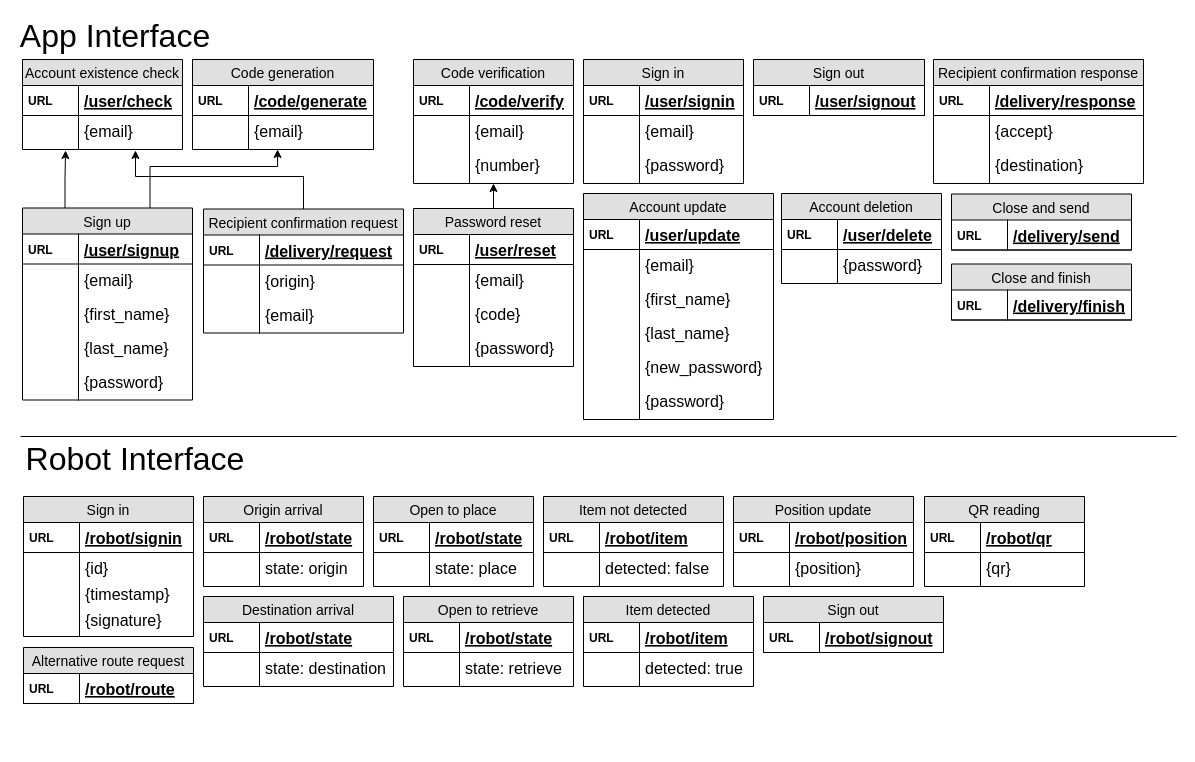
Before: server/modeling/Server Modelling.drawio in developedby/DLVR, a draw.io diagram. Source tidied: cells renumbered, new cells numbered last; positions are measured from the earlier drawing's top-left corner, leaving out a move shared by most shapes. Both pictures are drawn from the tidied source at 100%, with x=0, y=0 at pixel (17, 26).
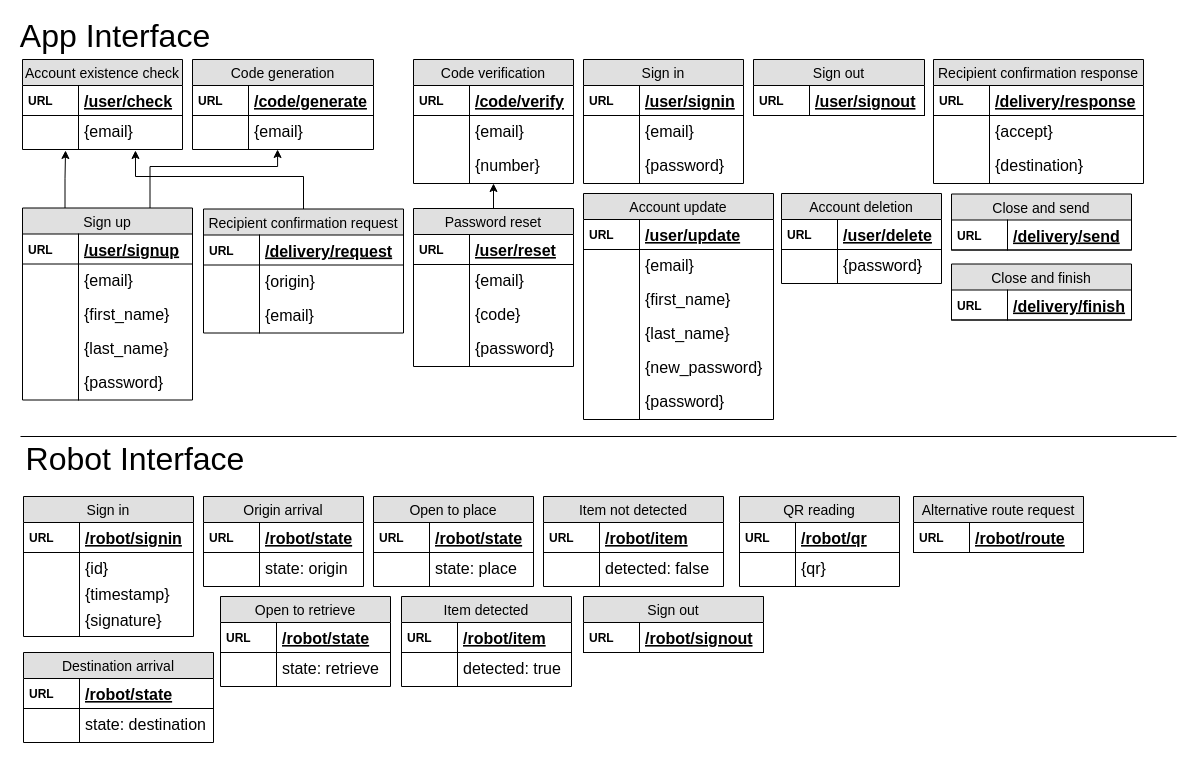
The same diagram, later.

Commit message (it also covers changes not shown here):
Updated server modelling

Diff of the diagram source:
```diff
@@
-    <mxCell id="118" value="Position update" style="swimlane;fontStyle=0;horizontal=1;startSize=26;fillColor=#e0e0e0;swimlaneFillColor=#ffffff;align=center;fontSize=14;" parent="1" vertex="1">
-      <mxGeometry x="716" y="470" width="180" height="90" as="geometry" />
-    </mxCell>
-    <mxCell id="119" value="/robot/position" style="shape=partialRectangle;top=0;left=0;right=0;bottom=1;align=left;verticalAlign=middle;fillColor=none;spacingLeft=60;spacingRight=4;overflow=hidden;fontStyle=5;fontSize=16;" parent="118" vertex="1">
-      <mxGeometry y="26" width="180" height="30" as="geometry" />
-    </mxCell>
-    <mxCell id="120" value="URL" style="shape=partialRectangle;fontStyle=1;top=0;left=0;bottom=0;fillColor=none;align=left;verticalAlign=middle;spacingLeft=4;spacingRight=4;overflow=hidden;fontSize=12;" parent="119" vertex="1">
-      <mxGeometry width="56" height="30" as="geometry" />
-    </mxCell>
-    <mxCell id="121" value="{position}" style="shape=partialRectangle;top=0;left=0;right=0;bottom=0;align=left;verticalAlign=top;fillColor=none;spacingLeft=60;spacingRight=4;overflow=hidden;fontSize=16;" parent="118" vertex="1">
-      <mxGeometry y="56" width="180" height="34" as="geometry" />
-    </mxCell>
-    <mxCell id="122" style="shape=partialRectangle;top=0;left=0;bottom=0;fillColor=none;align=left;verticalAlign=top;spacingLeft=4;spacingRight=4;overflow=hidden;fontSize=12;" parent="121" vertex="1">
-      <mxGeometry width="56" height="34" as="geometry" />
-    </mxCell>
     <mxCell id="123" value="QR reading" style="swimlane;fontStyle=0;horizontal=1;startSize=26;fillColor=#e0e0e0;swimlaneFillColor=#ffffff;align=center;fontSize=14;" parent="1" vertex="1">
-      <mxGeometry x="907" y="470" width="160" height="90" as="geometry" />
+      <mxGeometry x="722" y="470" width="160" height="90" as="geometry" />
     </mxCell>
@@
     <mxCell id="128" value="Alternative route request" style="swimlane;fontStyle=0;horizontal=1;startSize=26;fillColor=#e0e0e0;swimlaneFillColor=#ffffff;align=center;fontSize=14;" parent="1" vertex="1">
-      <mxGeometry x="6" y="621" width="170" height="56" as="geometry" />
+      <mxGeometry x="896" y="470" width="170" height="56" as="geometry" />
     </mxCell>
@@
     <mxCell id="131" value="Destination arrival" style="swimlane;fontStyle=0;horizontal=1;startSize=26;fillColor=#e0e0e0;swimlaneFillColor=#ffffff;align=center;fontSize=14;" parent="1" vertex="1">
-      <mxGeometry x="186" y="570" width="190" height="90" as="geometry" />
+      <mxGeometry x="6" y="626" width="190" height="90" as="geometry" />
     </mxCell>
@@
     <mxCell id="136" value="Open to retrieve" style="swimlane;fontStyle=0;horizontal=1;startSize=26;fillColor=#e0e0e0;swimlaneFillColor=#ffffff;align=center;fontSize=14;" parent="1" vertex="1">
-      <mxGeometry x="386" y="570" width="170" height="90" as="geometry" />
+      <mxGeometry x="203" y="570" width="170" height="90" as="geometry" />
     </mxCell>
@@
     <mxCell id="141" value="Item detected" style="swimlane;fontStyle=0;horizontal=1;startSize=26;fillColor=#e0e0e0;swimlaneFillColor=#ffffff;align=center;fontSize=14;" parent="1" vertex="1">
-      <mxGeometry x="566" y="570" width="170" height="90" as="geometry" />
+      <mxGeometry x="384" y="570" width="170" height="90" as="geometry" />
     </mxCell>
@@
     <mxCell id="146" value="Sign out" style="swimlane;fontStyle=0;horizontal=1;startSize=26;fillColor=#e0e0e0;swimlaneFillColor=#ffffff;align=center;fontSize=14;" parent="1" vertex="1">
-      <mxGeometry x="746" y="570" width="180" height="56" as="geometry" />
+      <mxGeometry x="566" y="570" width="180" height="56" as="geometry" />
     </mxCell>
```
